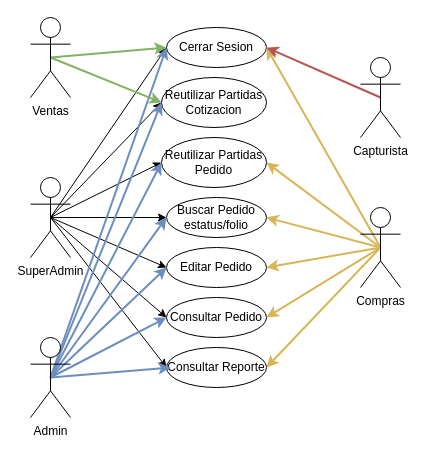
Before: Version4.drawio in KAI1718/practicas, a draw.io diagram. Source tidied: cells renumbered, new cells numbered last; positions are measured from the earlier drawing's top-left corner, leaving out a move shared by most shapes. Both pictures are drawn from the tidied source at 100%, with x=0, y=0 at pixel (30, 17).
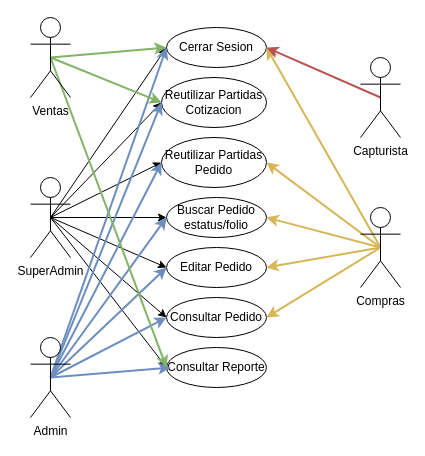
After the change.

The change refers to these unchanged cells:
```xml
<mxCell id="8" value="Consultar Reporte" style="ellipse;whiteSpace=wrap;html=1;" parent="1" vertex="1">
  <mxGeometry x="136" y="330" width="100" height="40" as="geometry" />
</mxCell>
<mxCell id="31" value="Compras" style="shape=umlActor;verticalLabelPosition=bottom;verticalAlign=top;html=1;outlineConnect=0;" parent="1" vertex="1">
  <mxGeometry x="330" y="190" width="40" height="80" as="geometry" />
</mxCell>
<mxCell id="36" value="Ventas" style="shape=umlActor;verticalLabelPosition=bottom;verticalAlign=top;html=1;outlineConnect=0;" parent="1" vertex="1">
  <mxGeometry width="40" height="80" as="geometry" />
</mxCell>
```

What changed in the source:
```diff
@@
-    <mxCell id="30" style="edgeStyle=none;rounded=0;jettySize=auto;html=1;exitX=0.5;exitY=0.5;exitDx=0;exitDy=0;exitPerimeter=0;entryX=1;entryY=0.5;entryDx=0;entryDy=0;fillColor=#fff2cc;strokeColor=#d6b656;strokeWidth=2;" parent="1" edge="1" source="31" target="8">
-      <mxGeometry relative="1" as="geometry" />
-    </mxCell>
@@
+    <mxCell id="37" style="edgeStyle=none;rounded=0;jettySize=auto;html=1;exitX=0.5;exitY=0.5;exitDx=0;exitDy=0;exitPerimeter=0;entryX=0;entryY=0.5;entryDx=0;entryDy=0;fillColor=#d5e8d4;strokeColor=#82b366;strokeWidth=2;" parent="1" edge="1" source="36" target="8">
+      <mxGeometry relative="1" as="geometry" />
+    </mxCell>
```
